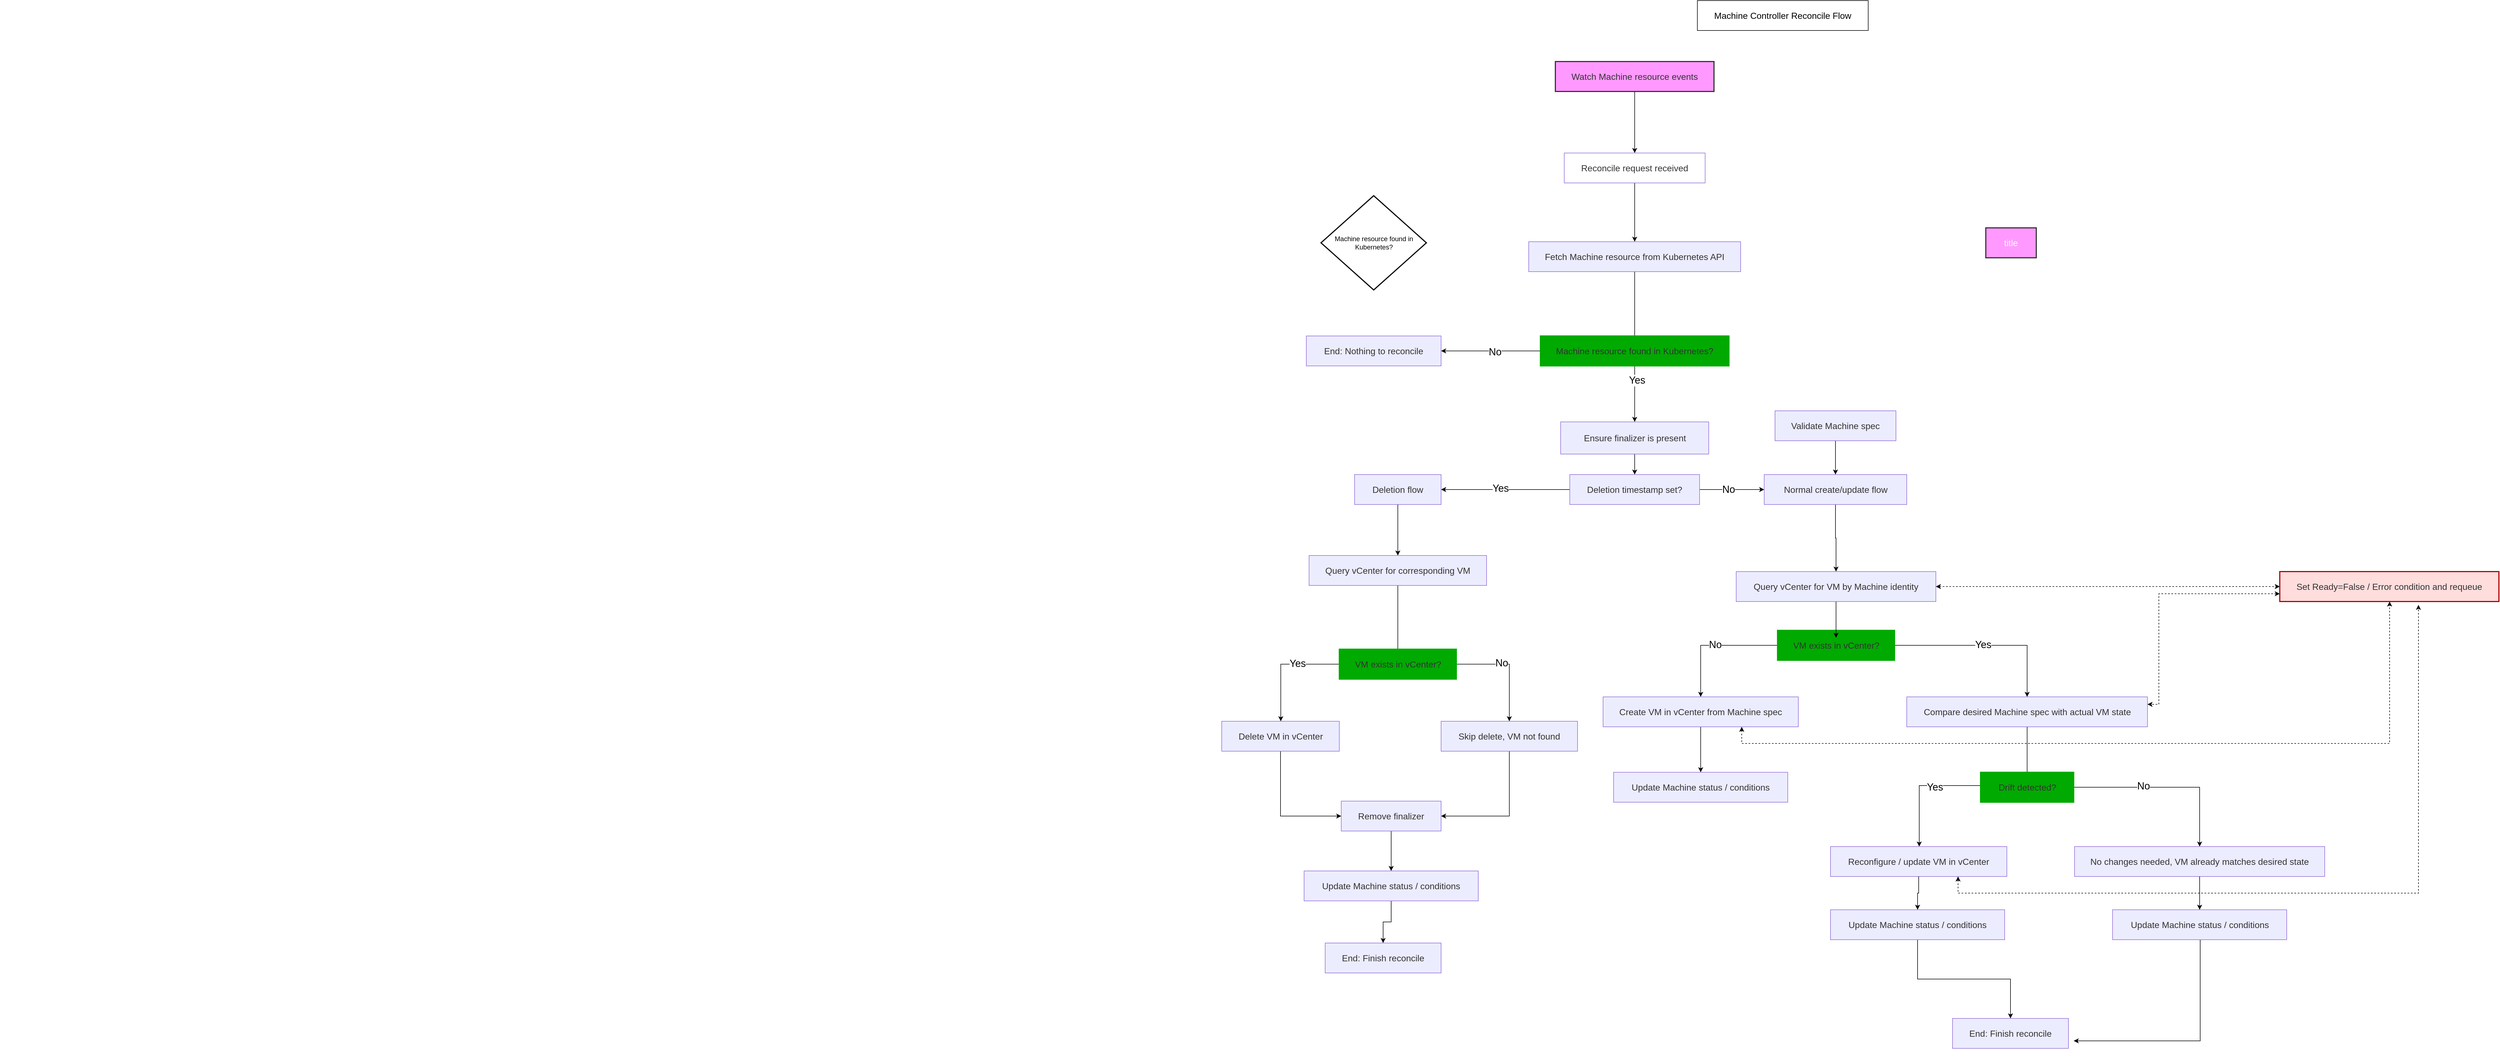
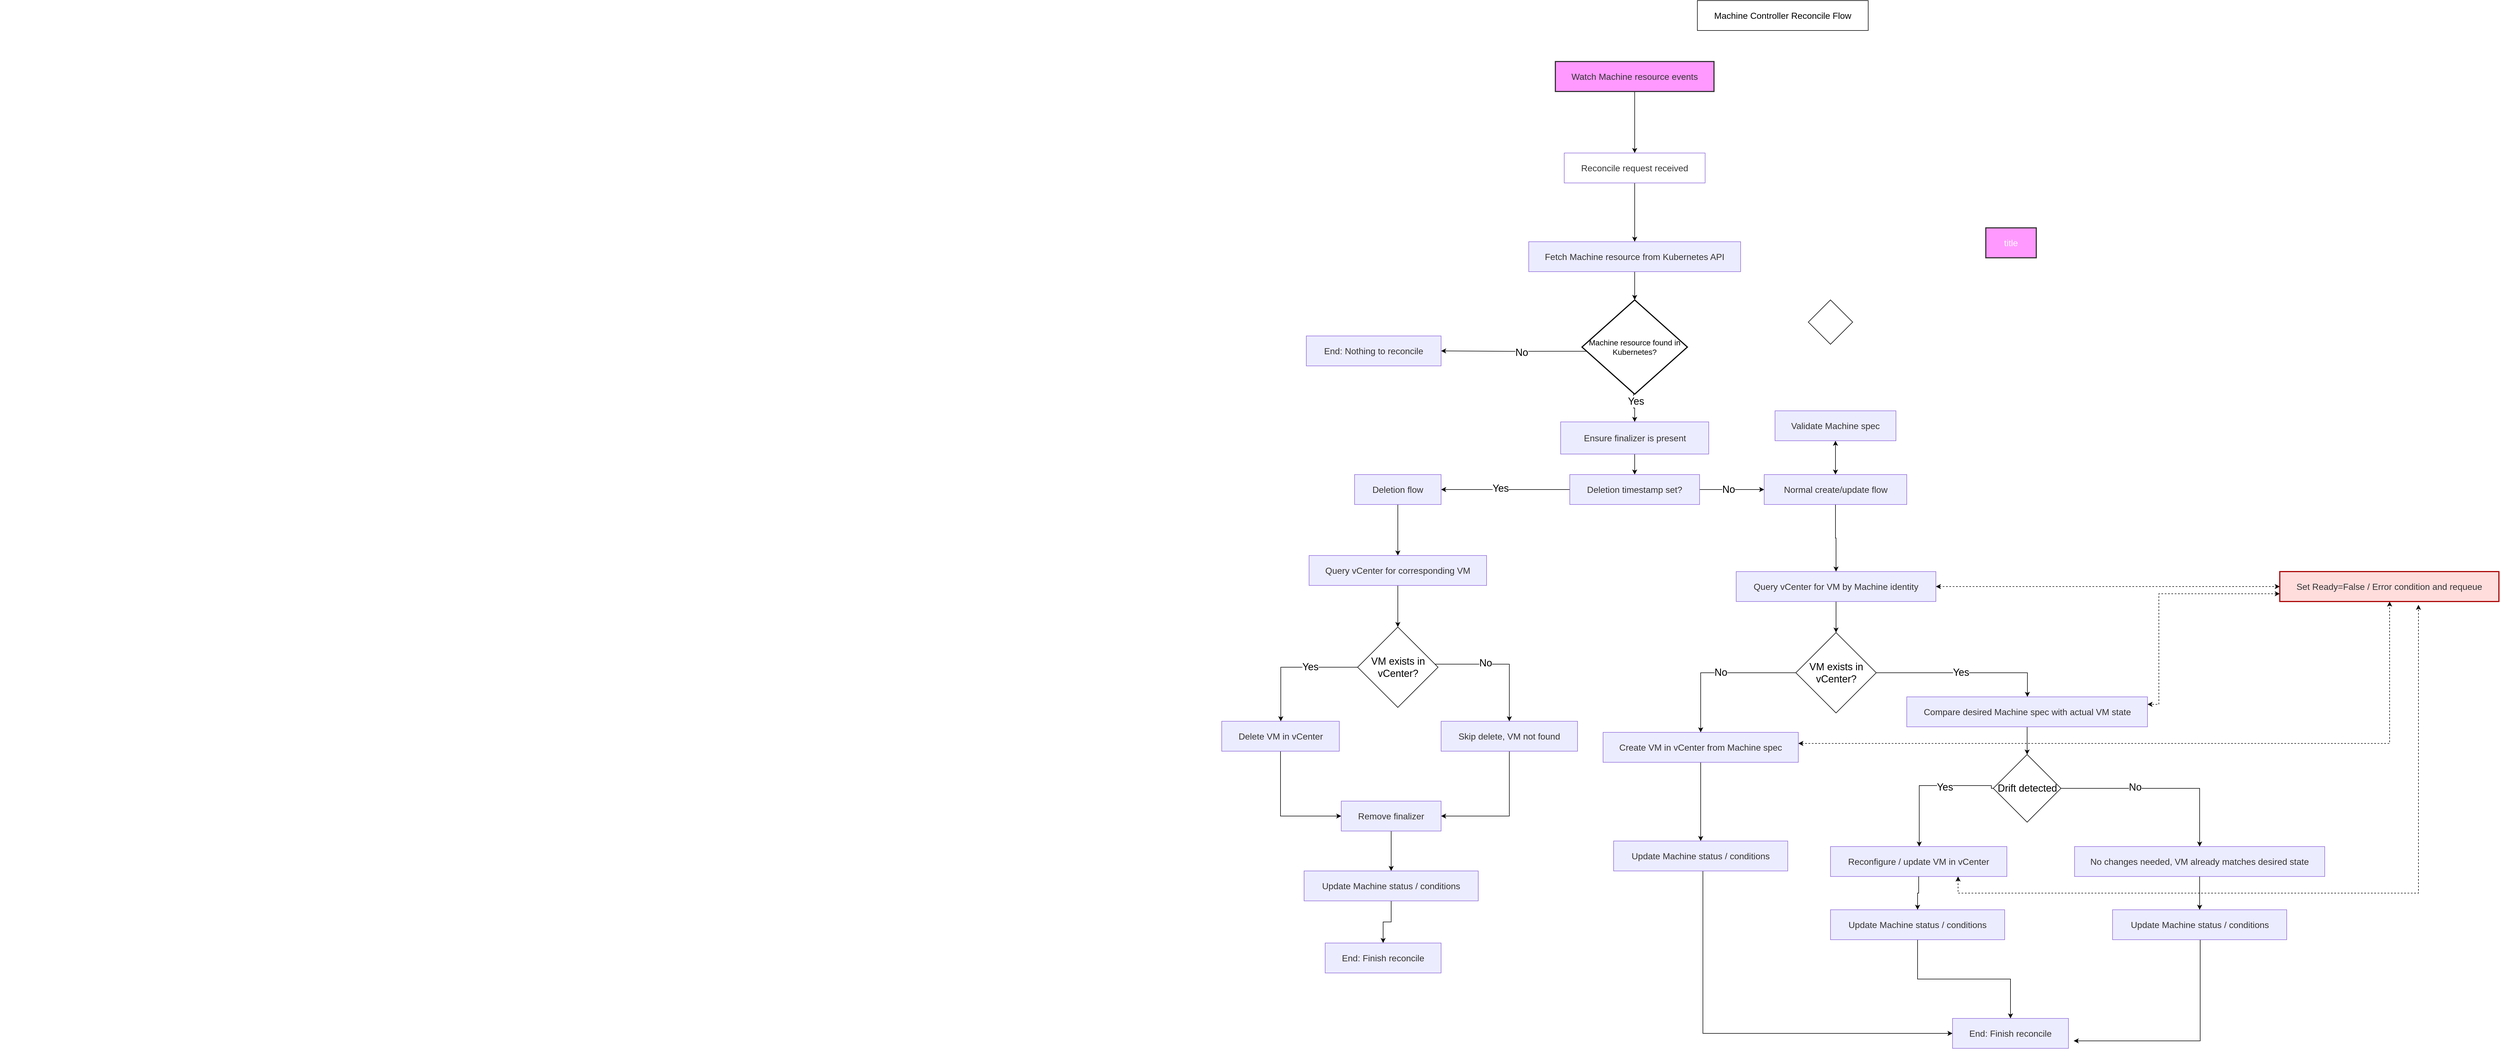
<mxfile host="app.diagrams.net">
  <diagram name="Page-1" id="WP2OnV7o5irwRzSvscoQ">
    <mxGraphModel dx="757" dy="3826" grid="1" gridSize="10" guides="1" tooltips="1" connect="1" arrows="1" fold="1" page="1" pageScale="1" pageWidth="850" pageHeight="1100" math="0" shadow="0">
      <root>
        <mxCell id="0" />
        <mxCell id="1" parent="0" />
        <UserObject label="" mermaidData="{&#xa;  &quot;data&quot;: &quot;graph LR\n    title \&quot;Machine Controller Reconcile Flow\&quot;\n    style title fill:#f9f,stroke:#333,stroke-width:2px,color:#fff\n    style node fill:#f9f,stroke:#333,stroke-width:2px\n    style decision fill:#f9f,stroke:#333,stroke-width:2px\n    style error fill:#fdd,stroke:#a00,stroke-width:2px\n    style start fill:#f9f,stroke:#333,stroke-width:2px\n    style end fill:#f9f,stroke:#333,stroke-width:2px\n\n    start[Watch Machine resource events]\n    start --&gt;|Yes| reconcile_request_received[Reconcile request received]\n    reconcile_request_received --&gt;|Yes| fetch_machine_resource[Fetch Machine resource from Kubernetes API]\n    fetch_machine_resource --&gt;|Yes| decision_machine_found[Machine resource found in Kubernetes?]\n    decision_machine_found --|No|-&gt; nothing_to_reconcile[End: Nothing to reconcile]\n    decision_machine_found --|Yes|-&gt; ensure_finalizer_present[Ensure finalizer is present]\n\n    ensure_finalizer_present --&gt;|Yes| decision_deletion_timestamp_set[Deletion timestamp set?]\n    decision_deletion_timestamp_set --|Yes|-&gt; deletion_flow[Deletion flow]\n    deletion_flow --&gt;|Yes| query_vcenter_vm[Query vCenter for corresponding VM]\n    query_vcenter_vm --&gt;|Yes| decision_vm_exists[VM exists in vCenter?]\n    decision_vm_exists --|Yes|-&gt; delete_vm[Delete VM in vCenter]\n    delete_vm --&gt;|Yes| remove_finalizer[Remove finalizer]\n    remove_finalizer --&gt;|Yes| update_machine_status[Update Machine status / conditions]\n    update_machine_status --&gt;|Yes| end_finish_reconcile[End: Finish reconcile]\n    delete_vm --|No|-&gt; skip_delete_vm_not_found[Skip delete, VM not found]\n    skip_delete_vm_not_found --&gt;|Yes| end_finish_reconcile\n\n    ensure_finalizer_present --|No|-&gt; normal_create_update_flow[Normal create/update flow]\n    normal_create_update_flow --&gt;|Yes| validate_machine_spec[Validate Machine spec]\n    validate_machine_spec --&gt;|Yes| query_vcenter_vm_by_machine_identity[Query vCenter for VM by Machine identity]\n    query_vcenter_vm_by_machine_identity --&gt;|Yes| decision_vm_exists\n    decision_vm_exists --|Yes|-&gt; create_vm[Create VM in vCenter from Machine spec]\n    create_vm --&gt;|Yes| update_machine_status\n    create_vm --|No|-&gt; compare_desired_machine_spec_with_actual_vm_state[Compare desired Machine spec with actual VM state]\n    compare_desired_machine_spec_with_actual_vm_state --&gt;|Yes| decision_drift_detected[Drift detected?]\n    decision_drift_detected --|Yes|-&gt; reconfigure_update_vm[Reconfigure / update VM in vCenter]\n    reconfigure_update_vm --&gt;|Yes| update_machine_status\n    reconfigure_update_vm --|No|-&gt; no_changes_needed_vm_already_matches_desired_state[No changes needed, VM already matches desired state]\n    no_changes_needed_vm_already_matches_desired_state --&gt;|Yes| update_machine_status\n    no_changes_needed_vm_already_matches_desired_state --|No|-&gt; end_finish_reconcile\n\n    error[Set Ready=False / Error condition and requeue]\n    query_vcenter_vm --&gt;|Yes|-&gt; error\n    delete_vm --&gt;|Yes|-&gt; error\n    create_vm --&gt;|Yes|-&gt; error\n    reconfigure_update_vm --&gt;|Yes|-&gt; error\n    error --&gt;|Yes|-&gt; reconcile_request_received\n\n    style decision_machine_found fill:#0a0,stroke:#0a0,stroke-width:2px\n    style decision_vm_exists fill:#0a0,stroke:#0a0,stroke-width:2px\n    style decision_drift_detected fill:#0a0,stroke:#0a0,stroke-width:2px&quot;,&#xa;  &quot;config&quot;: null&#xa;}" id="56">
          <mxCell connectable="0" parent="1" style="group;transparentBounds=1;editIcon=1;lockedGroup=0;groupPadding=20;snapToPoint=0;fixDash=0;backgroundOutline=1;" vertex="1">
            <mxGeometry height="620" width="4211" as="geometry" />
          </mxCell>
        </UserObject>
        <UserObject label="title" mermaidId="n:title" mermaidBaseStyle="html=1;whiteSpace=wrap;strokeWidth=2;fillColor=#f9f;strokeColor=#333;fontColor=#fff;fontFamily=Trebuchet MS,Verdana,Arial,sans-serif;fontSize=16;" mermaidBaseValue="title" id="2">
          <mxCell parent="56" style="html=1;whiteSpace=wrap;strokeWidth=2;fillColor=#f9f;strokeColor=#333;fontColor=#fff;fontFamily=Trebuchet MS,Verdana,Arial,sans-serif;fontSize=16;snapToPoint=0;fixDash=0;backgroundOutline=1;" vertex="1">
            <mxGeometry height="54" width="91" x="3580" y="-880" as="geometry" />
          </mxCell>
        </UserObject>
        <UserObject label="Machine Controller Reconcile Flow" mermaidId="n:Machine Controller Reconcile Flow" mermaidBaseStyle="html=1;whiteSpace=wrap;strokeWidth=1;fillColor=light-dark(#ECECFF,#1f2020);strokeColor=light-dark(#9370DB,#cccccc);fontColor=light-dark(#333333,#cccccc);fontFamily=Trebuchet MS,Verdana,Arial,sans-serif;fontSize=16;" mermaidBaseValue="Machine Controller Reconcile Flow" id="3">
          <mxCell parent="56" style="html=1;whiteSpace=wrap;strokeWidth=1;fontFamily=Trebuchet MS,Verdana,Arial,sans-serif;fontSize=16;snapToPoint=0;fixDash=0;backgroundOutline=1;gradientColor=none;fillStyle=solid;fillColor=default;" vertex="1">
            <mxGeometry height="54" width="308" x="3060" y="-1290" as="geometry" />
          </mxCell>
        </UserObject>
        <mxCell id="p-3naK_85DjVvBY4tQBO-59" edge="1" parent="56" source="4" style="edgeStyle=orthogonalEdgeStyle;rounded=0;orthogonalLoop=1;jettySize=auto;html=1;snapToPoint=0;fixDash=0;backgroundOutline=1;" target="5">
          <mxGeometry relative="1" as="geometry" />
        </mxCell>
        <UserObject label="Watch Machine resource events" mermaidId="n:start" mermaidBaseStyle="html=1;whiteSpace=wrap;strokeWidth=2;fillColor=#f9f;strokeColor=#333;fontColor=light-dark(#333333,#cccccc);fontFamily=Trebuchet MS,Verdana,Arial,sans-serif;fontSize=16;" mermaidBaseValue="Watch Machine resource events" id="4">
          <mxCell parent="56" style="html=1;whiteSpace=wrap;strokeWidth=2;fillColor=#f9f;strokeColor=#333;fontColor=light-dark(#333333,#cccccc);fontFamily=Trebuchet MS,Verdana,Arial,sans-serif;fontSize=16;snapToPoint=0;fixDash=0;backgroundOutline=1;" vertex="1">
            <mxGeometry height="54" width="286" x="2804" y="-1180" as="geometry" />
          </mxCell>
        </UserObject>
        <mxCell id="p-3naK_85DjVvBY4tQBO-61" edge="1" parent="56" source="5" style="edgeStyle=orthogonalEdgeStyle;rounded=0;orthogonalLoop=1;jettySize=auto;html=1;snapToPoint=0;fixDash=0;backgroundOutline=1;" target="6">
          <mxGeometry relative="1" as="geometry" />
        </mxCell>
        <UserObject label="Reconcile request received" mermaidId="n:reconcile_request_received" mermaidBaseStyle="html=1;whiteSpace=wrap;strokeWidth=1;fillColor=light-dark(#ECECFF,#1f2020);strokeColor=light-dark(#9370DB,#cccccc);fontColor=light-dark(#333333,#cccccc);fontFamily=Trebuchet MS,Verdana,Arial,sans-serif;fontSize=16;" mermaidBaseValue="Reconcile request received" id="5">
          <mxCell parent="56" style="html=1;whiteSpace=wrap;strokeWidth=1;fillColor=default;strokeColor=light-dark(#9370DB,#cccccc);fontColor=light-dark(#333333,#cccccc);fontFamily=Trebuchet MS,Verdana,Arial,sans-serif;fontSize=16;snapToPoint=0;fixDash=0;backgroundOutline=1;" vertex="1">
            <mxGeometry height="54" width="254" x="2820" y="-1015" as="geometry" />
          </mxCell>
        </UserObject>
-         <mxCell id="p-3naK_85DjVvBY4tQBO-62" edge="1" parent="56" source="6" style="edgeStyle=orthogonalEdgeStyle;rounded=0;orthogonalLoop=1;jettySize=auto;html=1;snapToPoint=0;fixDash=0;backgroundOutline=1;" target="7">
-           <mxGeometry relative="1" as="geometry" />
+         <mxCell id="p-3naK_85DjVvBY4tQBO-62" edge="1" parent="56" source="6" style="edgeStyle=orthogonalEdgeStyle;rounded=0;orthogonalLoop=1;jettySize=auto;html=1;snapToPoint=0;fixDash=0;backgroundOutline=1;" target="ynTgRFUCo-ga5DruUUtD-56">
+           <mxGeometry relative="1" as="geometry">
+             <mxPoint x="2947" y="-671.5000000000005" as="targetPoint" />
+           </mxGeometry>
        </mxCell>
        <UserObject label="Fetch Machine resource from Kubernetes API" mermaidId="n:fetch_machine_resource" mermaidBaseStyle="html=1;whiteSpace=wrap;strokeWidth=1;fillColor=light-dark(#ECECFF,#1f2020);strokeColor=light-dark(#9370DB,#cccccc);fontColor=light-dark(#333333,#cccccc);fontFamily=Trebuchet MS,Verdana,Arial,sans-serif;fontSize=16;" mermaidBaseValue="Fetch Machine resource from Kubernetes API" id="6">
          <mxCell parent="56" style="html=1;whiteSpace=wrap;strokeWidth=1;fillColor=light-dark(#ECECFF,#1f2020);strokeColor=light-dark(#9370DB,#cccccc);fontColor=light-dark(#333333,#cccccc);fontFamily=Trebuchet MS,Verdana,Arial,sans-serif;fontSize=16;snapToPoint=0;fixDash=0;backgroundOutline=1;" vertex="1">
            <mxGeometry height="54" width="382" x="2756" y="-855" as="geometry" />
          </mxCell>
        </UserObject>
-         <mxCell id="p-3naK_85DjVvBY4tQBO-64" edge="1" parent="56" source="7" style="edgeStyle=orthogonalEdgeStyle;rounded=0;orthogonalLoop=1;jettySize=auto;html=1;snapToPoint=0;fixDash=0;backgroundOutline=1;" target="8">
-           <mxGeometry relative="1" as="geometry" />
+         <mxCell id="p-3naK_85DjVvBY4tQBO-64" edge="1" parent="56" source="ynTgRFUCo-ga5DruUUtD-56" style="edgeStyle=orthogonalEdgeStyle;rounded=0;orthogonalLoop=1;jettySize=auto;html=1;snapToPoint=0;fixDash=0;backgroundOutline=1;exitX=0.076;exitY=0.545;exitDx=0;exitDy=0;exitPerimeter=0;" target="8">
+           <mxGeometry relative="1" as="geometry">
+             <mxPoint x="2777" y="-658" as="sourcePoint" />
+           </mxGeometry>
        </mxCell>
        <mxCell id="p-3naK_85DjVvBY4tQBO-104" connectable="0" parent="p-3naK_85DjVvBY4tQBO-64" style="edgeLabel;html=1;align=center;verticalAlign=middle;resizable=0;points=[];snapToPoint=0;fixDash=0;backgroundOutline=1;" value="&lt;font style=&quot;font-size: 18px;&quot;&gt;No&lt;/font&gt;" vertex="1">
          <mxGeometry relative="1" x="-0.079" y="2" as="geometry">
            <mxPoint as="offset" />
          </mxGeometry>
        </mxCell>
-         <mxCell id="p-3naK_85DjVvBY4tQBO-65" edge="1" parent="56" source="7" style="edgeStyle=orthogonalEdgeStyle;rounded=0;orthogonalLoop=1;jettySize=auto;html=1;snapToPoint=0;fixDash=0;backgroundOutline=1;" target="9">
-           <mxGeometry relative="1" as="geometry" />
+         <mxCell id="p-3naK_85DjVvBY4tQBO-65" edge="1" parent="56" source="ynTgRFUCo-ga5DruUUtD-56" style="edgeStyle=orthogonalEdgeStyle;rounded=0;orthogonalLoop=1;jettySize=auto;html=1;snapToPoint=0;fixDash=0;backgroundOutline=1;exitX=0.489;exitY=0.949;exitDx=0;exitDy=0;exitPerimeter=0;" target="9">
+           <mxGeometry relative="1" as="geometry">
+             <mxPoint x="2947" y="-644.4999999999995" as="sourcePoint" />
+           </mxGeometry>
        </mxCell>
        <mxCell id="p-3naK_85DjVvBY4tQBO-105" connectable="0" parent="p-3naK_85DjVvBY4tQBO-65" style="edgeLabel;html=1;align=center;verticalAlign=middle;resizable=0;points=[];snapToPoint=0;fixDash=0;backgroundOutline=1;" value="&lt;div&gt;&lt;font style=&quot;font-size: 18px;&quot;&gt;Yes&lt;/font&gt;&lt;/div&gt;" vertex="1">
          <mxGeometry relative="1" x="-0.3069" y="4" as="geometry">
            <mxPoint as="offset" />
          </mxGeometry>
        </mxCell>
-         <UserObject label="Machine resource found in Kubernetes?" mermaidId="n:decision_machine_found" mermaidBaseStyle="html=1;whiteSpace=wrap;strokeWidth=2;fillColor=#0a0;strokeColor=#0a0;fontColor=light-dark(#333333,#cccccc);fontFamily=Trebuchet MS,Verdana,Arial,sans-serif;fontSize=16;" mermaidBaseValue="Machine resource found in Kubernetes?" id="7">
-           <mxCell parent="56" style="html=1;whiteSpace=wrap;strokeWidth=2;fillColor=#0a0;strokeColor=#0a0;fontColor=light-dark(#333333,#cccccc);fontFamily=Trebuchet MS,Verdana,Arial,sans-serif;fontSize=16;snapToPoint=0;fixDash=0;backgroundOutline=1;perimeter=trianglePerimeter;imageAspect=1;" vertex="1">
-             <mxGeometry height="54" width="340" x="2777" y="-685" as="geometry" />
-           </mxCell>
-         </UserObject>
        <UserObject label="End: Nothing to reconcile" mermaidId="n:nothing_to_reconcile" mermaidBaseStyle="html=1;whiteSpace=wrap;strokeWidth=1;fillColor=light-dark(#ECECFF,#1f2020);strokeColor=light-dark(#9370DB,#cccccc);fontColor=light-dark(#333333,#cccccc);fontFamily=Trebuchet MS,Verdana,Arial,sans-serif;fontSize=16;" mermaidBaseValue="End: Nothing to reconcile" id="8">
          <mxCell parent="56" style="html=1;whiteSpace=wrap;strokeWidth=1;fillColor=light-dark(#ECECFF,#1f2020);strokeColor=light-dark(#9370DB,#cccccc);fontColor=light-dark(#333333,#cccccc);fontFamily=Trebuchet MS,Verdana,Arial,sans-serif;fontSize=16;snapToPoint=0;fixDash=0;backgroundOutline=1;" vertex="1">
            <mxGeometry height="54" width="243" x="2355" y="-685" as="geometry" />
          </mxCell>
        </UserObject>
        <mxCell id="p-3naK_85DjVvBY4tQBO-63" edge="1" parent="56" source="9" style="edgeStyle=orthogonalEdgeStyle;rounded=0;orthogonalLoop=1;jettySize=auto;html=1;snapToPoint=0;fixDash=0;backgroundOutline=1;" target="10">
          <mxGeometry relative="1" as="geometry" />
        </mxCell>
        <UserObject label="Ensure finalizer is present" mermaidId="n:ensure_finalizer_present" mermaidBaseStyle="html=1;whiteSpace=wrap;strokeWidth=1;fillColor=light-dark(#ECECFF,#1f2020);strokeColor=light-dark(#9370DB,#cccccc);fontColor=light-dark(#333333,#cccccc);fontFamily=Trebuchet MS,Verdana,Arial,sans-serif;fontSize=16;" mermaidBaseValue="Ensure finalizer is present" id="9">
          <mxCell parent="56" style="html=1;whiteSpace=wrap;strokeWidth=1;fillColor=light-dark(#ECECFF,#1f2020);strokeColor=light-dark(#9370DB,#cccccc);fontColor=light-dark(#333333,#cccccc);fontFamily=Trebuchet MS,Verdana,Arial,sans-serif;fontSize=16;snapToPoint=0;fixDash=0;backgroundOutline=1;" vertex="1">
            <mxGeometry height="58" width="267" x="2813.5" y="-530" as="geometry" />
          </mxCell>
        </UserObject>
        <mxCell id="p-3naK_85DjVvBY4tQBO-72" edge="1" parent="56" source="10" style="edgeStyle=orthogonalEdgeStyle;rounded=0;orthogonalLoop=1;jettySize=auto;html=1;snapToPoint=0;fixDash=0;backgroundOutline=1;" target="11">
          <mxGeometry relative="1" as="geometry" />
        </mxCell>
        <mxCell id="p-3naK_85DjVvBY4tQBO-106" connectable="0" parent="p-3naK_85DjVvBY4tQBO-72" style="edgeLabel;html=1;align=center;verticalAlign=middle;resizable=0;points=[];snapToPoint=0;fixDash=0;backgroundOutline=1;" value="&lt;div&gt;&lt;font style=&quot;font-size: 18px;&quot;&gt;Yes&lt;/font&gt;&lt;/div&gt;" vertex="1">
          <mxGeometry relative="1" x="0.0776" y="-2" as="geometry">
            <mxPoint as="offset" />
          </mxGeometry>
        </mxCell>
        <mxCell id="p-3naK_85DjVvBY4tQBO-74" edge="1" parent="56" source="10" style="edgeStyle=orthogonalEdgeStyle;rounded=0;orthogonalLoop=1;jettySize=auto;html=1;snapToPoint=0;fixDash=0;backgroundOutline=1;" target="19">
          <mxGeometry relative="1" as="geometry" />
        </mxCell>
        <mxCell id="p-3naK_85DjVvBY4tQBO-107" connectable="0" parent="p-3naK_85DjVvBY4tQBO-74" style="edgeLabel;html=1;align=center;verticalAlign=middle;resizable=0;points=[];snapToPoint=0;fixDash=0;backgroundOutline=1;" value="&lt;font style=&quot;font-size: 18px;&quot;&gt;No&lt;/font&gt;" vertex="1">
          <mxGeometry relative="1" x="-0.1073" as="geometry">
            <mxPoint as="offset" />
          </mxGeometry>
        </mxCell>
        <UserObject label="Deletion timestamp set?" mermaidId="n:decision_deletion_timestamp_set" mermaidBaseStyle="html=1;whiteSpace=wrap;strokeWidth=1;fillColor=light-dark(#ECECFF,#1f2020);strokeColor=light-dark(#9370DB,#cccccc);fontColor=light-dark(#333333,#cccccc);fontFamily=Trebuchet MS,Verdana,Arial,sans-serif;fontSize=16;" mermaidBaseValue="Deletion timestamp set?" id="10">
          <mxCell parent="56" style="html=1;whiteSpace=wrap;strokeWidth=1;fillColor=light-dark(#ECECFF,#1f2020);strokeColor=light-dark(#9370DB,#cccccc);fontColor=light-dark(#333333,#cccccc);fontFamily=Trebuchet MS,Verdana,Arial,sans-serif;fontSize=16;snapToPoint=0;fixDash=0;backgroundOutline=1;" vertex="1">
            <mxGeometry height="54" width="234" x="2830" y="-435" as="geometry" />
          </mxCell>
        </UserObject>
        <mxCell id="p-3naK_85DjVvBY4tQBO-73" edge="1" parent="56" source="11" style="edgeStyle=orthogonalEdgeStyle;rounded=0;orthogonalLoop=1;jettySize=auto;html=1;snapToPoint=0;fixDash=0;backgroundOutline=1;" target="12">
          <mxGeometry relative="1" as="geometry" />
        </mxCell>
        <UserObject label="Deletion flow" mermaidId="n:deletion_flow" mermaidBaseStyle="html=1;whiteSpace=wrap;strokeWidth=1;fillColor=light-dark(#ECECFF,#1f2020);strokeColor=light-dark(#9370DB,#cccccc);fontColor=light-dark(#333333,#cccccc);fontFamily=Trebuchet MS,Verdana,Arial,sans-serif;fontSize=16;" mermaidBaseValue="Deletion flow" id="11">
          <mxCell parent="56" style="html=1;whiteSpace=wrap;strokeWidth=1;fillColor=light-dark(#ECECFF,#1f2020);strokeColor=light-dark(#9370DB,#cccccc);fontColor=light-dark(#333333,#cccccc);fontFamily=Trebuchet MS,Verdana,Arial,sans-serif;fontSize=16;snapToPoint=0;fixDash=0;backgroundOutline=1;" vertex="1">
            <mxGeometry height="54" width="156" x="2442" y="-435" as="geometry" />
          </mxCell>
        </UserObject>
-         <mxCell id="p-3naK_85DjVvBY4tQBO-79" edge="1" parent="56" source="12" style="edgeStyle=orthogonalEdgeStyle;rounded=0;orthogonalLoop=1;jettySize=auto;html=1;snapToPoint=0;fixDash=0;backgroundOutline=1;" target="p-3naK_85DjVvBY4tQBO-78">
-           <mxGeometry relative="1" as="geometry" />
+         <mxCell id="p-3naK_85DjVvBY4tQBO-79" edge="1" parent="56" source="12" style="edgeStyle=orthogonalEdgeStyle;rounded=0;orthogonalLoop=1;jettySize=auto;html=1;snapToPoint=0;fixDash=0;backgroundOutline=1;entryX=0.5;entryY=0;entryDx=0;entryDy=0;" target="ynTgRFUCo-ga5DruUUtD-58">
+           <mxGeometry relative="1" as="geometry">
+             <mxPoint x="2519.9999999999995" y="-106.50000000000045" as="targetPoint" />
+           </mxGeometry>
        </mxCell>
        <UserObject label="Query vCenter for corresponding VM" mermaidId="n:query_vcenter_vm" mermaidBaseStyle="html=1;whiteSpace=wrap;strokeWidth=1;fillColor=light-dark(#ECECFF,#1f2020);strokeColor=light-dark(#9370DB,#cccccc);fontColor=light-dark(#333333,#cccccc);fontFamily=Trebuchet MS,Verdana,Arial,sans-serif;fontSize=16;" mermaidBaseValue="Query vCenter for corresponding VM" id="12">
          <mxCell parent="56" style="html=1;whiteSpace=wrap;strokeWidth=1;fillColor=light-dark(#ECECFF,#1f2020);strokeColor=light-dark(#9370DB,#cccccc);fontColor=light-dark(#333333,#cccccc);fontFamily=Trebuchet MS,Verdana,Arial,sans-serif;fontSize=16;snapToPoint=0;fixDash=0;backgroundOutline=1;" vertex="1">
            <mxGeometry height="54" width="320" x="2360" y="-289" as="geometry" />
          </mxCell>
        </UserObject>
        <mxCell id="p-3naK_85DjVvBY4tQBO-82" edge="1" parent="56" source="14" style="edgeStyle=orthogonalEdgeStyle;rounded=0;orthogonalLoop=1;jettySize=auto;html=1;entryX=0;entryY=0.5;entryDx=0;entryDy=0;snapToPoint=0;fixDash=0;backgroundOutline=1;" target="15">
          <mxGeometry relative="1" as="geometry">
            <Array as="points">
              <mxPoint x="2309" y="181" />
            </Array>
          </mxGeometry>
        </mxCell>
        <UserObject label="Delete VM in vCenter" mermaidId="n:delete_vm" mermaidBaseStyle="html=1;whiteSpace=wrap;strokeWidth=1;fillColor=light-dark(#ECECFF,#1f2020);strokeColor=light-dark(#9370DB,#cccccc);fontColor=light-dark(#333333,#cccccc);fontFamily=Trebuchet MS,Verdana,Arial,sans-serif;fontSize=16;" mermaidBaseValue="Delete VM in vCenter" id="14">
          <mxCell parent="56" style="html=1;whiteSpace=wrap;strokeWidth=1;fillColor=light-dark(#ECECFF,#1f2020);strokeColor=light-dark(#9370DB,#cccccc);fontColor=light-dark(#333333,#cccccc);fontFamily=Trebuchet MS,Verdana,Arial,sans-serif;fontSize=16;snapToPoint=0;fixDash=0;backgroundOutline=1;" vertex="1">
            <mxGeometry height="54" width="212" x="2202.5" y="10" as="geometry" />
          </mxCell>
        </UserObject>
        <mxCell id="p-3naK_85DjVvBY4tQBO-84" edge="1" parent="56" source="15" style="edgeStyle=orthogonalEdgeStyle;rounded=0;orthogonalLoop=1;jettySize=auto;html=1;snapToPoint=0;fixDash=0;backgroundOutline=1;" target="16">
          <mxGeometry relative="1" as="geometry" />
        </mxCell>
        <UserObject label="Remove finalizer" mermaidId="n:remove_finalizer" mermaidBaseStyle="html=1;whiteSpace=wrap;strokeWidth=1;fillColor=light-dark(#ECECFF,#1f2020);strokeColor=light-dark(#9370DB,#cccccc);fontColor=light-dark(#333333,#cccccc);fontFamily=Trebuchet MS,Verdana,Arial,sans-serif;fontSize=16;" mermaidBaseValue="Remove finalizer" id="15">
          <mxCell parent="56" style="html=1;whiteSpace=wrap;strokeWidth=1;fillColor=light-dark(#ECECFF,#1f2020);strokeColor=light-dark(#9370DB,#cccccc);fontColor=light-dark(#333333,#cccccc);fontFamily=Trebuchet MS,Verdana,Arial,sans-serif;fontSize=16;snapToPoint=0;fixDash=0;backgroundOutline=1;" vertex="1">
            <mxGeometry height="54" width="180" x="2418" y="154" as="geometry" />
          </mxCell>
        </UserObject>
        <mxCell id="p-3naK_85DjVvBY4tQBO-86" edge="1" parent="56" source="16" style="edgeStyle=orthogonalEdgeStyle;rounded=0;orthogonalLoop=1;jettySize=auto;html=1;snapToPoint=0;fixDash=0;backgroundOutline=1;" target="17">
          <mxGeometry relative="1" as="geometry" />
        </mxCell>
        <UserObject label="Update Machine status / conditions" mermaidId="n:update_machine_status" mermaidBaseStyle="html=1;whiteSpace=wrap;strokeWidth=1;fillColor=light-dark(#ECECFF,#1f2020);strokeColor=light-dark(#9370DB,#cccccc);fontColor=light-dark(#333333,#cccccc);fontFamily=Trebuchet MS,Verdana,Arial,sans-serif;fontSize=16;" mermaidBaseValue="Update Machine status / conditions" id="16">
          <mxCell parent="56" style="html=1;whiteSpace=wrap;strokeWidth=1;fillColor=light-dark(#ECECFF,#1f2020);strokeColor=light-dark(#9370DB,#cccccc);fontColor=light-dark(#333333,#cccccc);fontFamily=Trebuchet MS,Verdana,Arial,sans-serif;fontSize=16;snapToPoint=0;fixDash=0;backgroundOutline=1;" vertex="1">
            <mxGeometry height="54" width="314" x="2351" y="280" as="geometry" />
          </mxCell>
        </UserObject>
        <UserObject label="End: Finish reconcile" mermaidId="n:end_finish_reconcile" mermaidBaseStyle="html=1;whiteSpace=wrap;strokeWidth=1;fillColor=light-dark(#ECECFF,#1f2020);strokeColor=light-dark(#9370DB,#cccccc);fontColor=light-dark(#333333,#cccccc);fontFamily=Trebuchet MS,Verdana,Arial,sans-serif;fontSize=16;" mermaidBaseValue="End: Finish reconcile" id="17">
          <mxCell parent="56" style="html=1;whiteSpace=wrap;strokeWidth=1;fillColor=light-dark(#ECECFF,#1f2020);strokeColor=light-dark(#9370DB,#cccccc);fontColor=light-dark(#333333,#cccccc);fontFamily=Trebuchet MS,Verdana,Arial,sans-serif;fontSize=16;snapToPoint=0;fixDash=0;backgroundOutline=1;" vertex="1">
            <mxGeometry height="54" width="209" x="2389" y="410" as="geometry" />
          </mxCell>
        </UserObject>
        <mxCell id="p-3naK_85DjVvBY4tQBO-83" edge="1" parent="56" source="18" style="edgeStyle=orthogonalEdgeStyle;rounded=0;orthogonalLoop=1;jettySize=auto;html=1;entryX=1;entryY=0.5;entryDx=0;entryDy=0;snapToPoint=0;fixDash=0;backgroundOutline=1;" target="15">
          <mxGeometry relative="1" as="geometry" />
        </mxCell>
        <UserObject label="Skip delete, VM not found" mermaidId="n:skip_delete_vm_not_found" mermaidBaseStyle="html=1;whiteSpace=wrap;strokeWidth=1;fillColor=light-dark(#ECECFF,#1f2020);strokeColor=light-dark(#9370DB,#cccccc);fontColor=light-dark(#333333,#cccccc);fontFamily=Trebuchet MS,Verdana,Arial,sans-serif;fontSize=16;" mermaidBaseValue="Skip delete, VM not found" id="18">
          <mxCell parent="56" style="html=1;whiteSpace=wrap;strokeWidth=1;fillColor=light-dark(#ECECFF,#1f2020);strokeColor=light-dark(#9370DB,#cccccc);fontColor=light-dark(#333333,#cccccc);fontFamily=Trebuchet MS,Verdana,Arial,sans-serif;fontSize=16;snapToPoint=0;fixDash=0;backgroundOutline=1;" vertex="1">
            <mxGeometry height="54" width="246" x="2598" y="10" as="geometry" />
          </mxCell>
        </UserObject>
        <mxCell id="p-3naK_85DjVvBY4tQBO-112" edge="1" parent="56" source="19" style="edgeStyle=orthogonalEdgeStyle;rounded=0;orthogonalLoop=1;jettySize=auto;html=1;snapToPoint=0;fixDash=0;backgroundOutline=1;" target="21">
          <mxGeometry relative="1" as="geometry" />
        </mxCell>
        <UserObject label="Normal create/update flow" mermaidId="n:normal_create_update_flow" mermaidBaseStyle="html=1;whiteSpace=wrap;strokeWidth=1;fillColor=light-dark(#ECECFF,#1f2020);strokeColor=light-dark(#9370DB,#cccccc);fontColor=light-dark(#333333,#cccccc);fontFamily=Trebuchet MS,Verdana,Arial,sans-serif;fontSize=16;" mermaidBaseValue="Normal create/update flow" id="19">
          <mxCell parent="56" style="html=1;whiteSpace=wrap;strokeWidth=1;fillColor=light-dark(#ECECFF,#1f2020);strokeColor=light-dark(#9370DB,#cccccc);fontColor=light-dark(#333333,#cccccc);fontFamily=Trebuchet MS,Verdana,Arial,sans-serif;fontSize=16;snapToPoint=0;fixDash=0;backgroundOutline=1;" vertex="1">
            <mxGeometry height="54" width="257" x="3180.5" y="-435" as="geometry" />
          </mxCell>
        </UserObject>
-         <mxCell id="p-3naK_85DjVvBY4tQBO-80" edge="1" parent="56" source="p-3naK_85DjVvBY4tQBO-78" style="edgeStyle=orthogonalEdgeStyle;rounded=0;orthogonalLoop=1;jettySize=auto;html=1;snapToPoint=0;fixDash=0;backgroundOutline=1;" target="14">
-           <mxGeometry relative="1" as="geometry">
-             <Array as="points">
-               <mxPoint x="2309" y="-93" />
-             </Array>
+         <mxCell id="p-3naK_85DjVvBY4tQBO-80" edge="1" parent="56" source="ynTgRFUCo-ga5DruUUtD-58" style="edgeStyle=orthogonalEdgeStyle;rounded=0;orthogonalLoop=1;jettySize=auto;html=1;snapToPoint=0;fixDash=0;backgroundOutline=1;exitX=0;exitY=0.5;exitDx=0;exitDy=0;" target="14">
+           <mxGeometry relative="1" as="geometry">
+             <Array as="points">
+               <mxPoint x="2309" y="-87" />
+             </Array>
+             <mxPoint x="2414.5" y="-93" as="sourcePoint" />
          </mxGeometry>
        </mxCell>
        <mxCell id="p-3naK_85DjVvBY4tQBO-108" connectable="0" parent="p-3naK_85DjVvBY4tQBO-80" style="edgeLabel;html=1;align=center;verticalAlign=middle;resizable=0;points=[];snapToPoint=0;fixDash=0;backgroundOutline=1;" value="&lt;font style=&quot;font-size: 18px;&quot;&gt;Yes&lt;/font&gt;" vertex="1">
          <mxGeometry relative="1" x="-0.2758" y="-1" as="geometry">
            <mxPoint as="offset" />
          </mxGeometry>
        </mxCell>
-         <mxCell id="p-3naK_85DjVvBY4tQBO-81" edge="1" parent="56" source="p-3naK_85DjVvBY4tQBO-78" style="edgeStyle=orthogonalEdgeStyle;rounded=0;orthogonalLoop=1;jettySize=auto;html=1;snapToPoint=0;fixDash=0;backgroundOutline=1;" target="18">
-           <mxGeometry relative="1" as="geometry">
-             <Array as="points">
+         <mxCell id="p-3naK_85DjVvBY4tQBO-81" edge="1" parent="56" source="ynTgRFUCo-ga5DruUUtD-58" style="edgeStyle=orthogonalEdgeStyle;rounded=0;orthogonalLoop=1;jettySize=auto;html=1;snapToPoint=0;fixDash=0;backgroundOutline=1;exitX=1;exitY=0.5;exitDx=0;exitDy=0;" target="18">
+           <mxGeometry relative="1" as="geometry">
+             <Array as="points">
+               <mxPoint x="2587" y="-93" />
              <mxPoint x="2721" y="-93" />
            </Array>
+             <mxPoint x="2625.4999999999995" y="-93" as="sourcePoint" />
          </mxGeometry>
        </mxCell>
        <mxCell id="p-3naK_85DjVvBY4tQBO-109" connectable="0" parent="p-3naK_85DjVvBY4tQBO-81" style="edgeLabel;html=1;align=center;verticalAlign=middle;resizable=0;points=[];snapToPoint=0;fixDash=0;backgroundOutline=1;" value="&lt;font style=&quot;font-size: 18px;&quot;&gt;No&lt;/font&gt;" vertex="1">
          <mxGeometry relative="1" x="-0.1788" y="2" as="geometry">
            <mxPoint as="offset" />
          </mxGeometry>
        </mxCell>
-         <UserObject label="VM exists in vCenter?" mermaidId="n:decision_vm_exists" mermaidBaseStyle="html=1;whiteSpace=wrap;strokeWidth=2;fillColor=#0a0;strokeColor=#0a0;fontColor=light-dark(#333333,#cccccc);fontFamily=Trebuchet MS,Verdana,Arial,sans-serif;fontSize=16;" mermaidBaseValue="VM exists in vCenter?" id="p-3naK_85DjVvBY4tQBO-78">
-           <mxCell parent="56" style="html=1;whiteSpace=wrap;strokeWidth=2;fillColor=#0a0;strokeColor=#0a0;fontColor=light-dark(#333333,#cccccc);fontFamily=Trebuchet MS,Verdana,Arial,sans-serif;fontSize=16;snapToPoint=0;fixDash=0;backgroundOutline=1;perimeter=trianglePerimeter;" vertex="1">
-             <mxGeometry height="54" width="211" x="2414.5" y="-120" as="geometry" />
-           </mxCell>
-         </UserObject>
-         <mxCell id="p-3naK_85DjVvBY4tQBO-111" edge="1" parent="56" source="p-3naK_85DjVvBY4tQBO-110" style="edgeStyle=orthogonalEdgeStyle;rounded=0;orthogonalLoop=1;jettySize=auto;html=1;snapToPoint=0;fixDash=0;backgroundOutline=1;" target="19">
+         <mxCell id="p-3naK_85DjVvBY4tQBO-111" edge="1" parent="56" source="p-3naK_85DjVvBY4tQBO-110" style="edgeStyle=orthogonalEdgeStyle;rounded=0;orthogonalLoop=1;jettySize=auto;html=1;snapToPoint=0;fixDash=0;backgroundOutline=1;startArrow=classic;startFill=1;" target="19">
          <mxGeometry relative="1" as="geometry" />
        </mxCell>
        <UserObject label="Validate Machine spec" mermaidId="n:validate_machine_spec" mermaidBaseStyle="html=1;whiteSpace=wrap;strokeWidth=1;fillColor=light-dark(#ECECFF,#1f2020);strokeColor=light-dark(#9370DB,#cccccc);fontColor=light-dark(#333333,#cccccc);fontFamily=Trebuchet MS,Verdana,Arial,sans-serif;fontSize=16;" mermaidBaseValue="Validate Machine spec" id="p-3naK_85DjVvBY4tQBO-110">
          <mxCell parent="56" style="html=1;whiteSpace=wrap;strokeWidth=1;fillColor=light-dark(#ECECFF,#1f2020);strokeColor=light-dark(#9370DB,#cccccc);fontColor=light-dark(#333333,#cccccc);fontFamily=Trebuchet MS,Verdana,Arial,sans-serif;fontSize=16;snapToPoint=0;fixDash=0;backgroundOutline=1;" vertex="1">
            <mxGeometry height="54" width="218" x="3200" y="-550" as="geometry" />
          </mxCell>
        </UserObject>
-         <mxCell id="p-3naK_85DjVvBY4tQBO-88" edge="1" parent="56" source="13" style="edgeStyle=orthogonalEdgeStyle;rounded=0;orthogonalLoop=1;jettySize=auto;html=1;snapToPoint=0;fixDash=0;backgroundOutline=1;" target="22">
-           <mxGeometry relative="1" as="geometry">
-             <Array as="points">
-               <mxPoint x="3066" y="-127" />
-             </Array>
+         <mxCell id="p-3naK_85DjVvBY4tQBO-88" edge="1" parent="56" source="ynTgRFUCo-ga5DruUUtD-57" style="edgeStyle=orthogonalEdgeStyle;rounded=0;orthogonalLoop=1;jettySize=auto;html=1;snapToPoint=0;fixDash=0;backgroundOutline=1;exitX=0;exitY=0.5;exitDx=0;exitDy=0;" target="22">
+           <mxGeometry relative="1" as="geometry">
+             <Array as="points">
+               <mxPoint x="3066" y="-77" />
+             </Array>
+             <mxPoint x="3204.5" y="-126.99999999999955" as="sourcePoint" />
          </mxGeometry>
        </mxCell>
        <mxCell id="p-3naK_85DjVvBY4tQBO-113" connectable="0" parent="p-3naK_85DjVvBY4tQBO-88" style="edgeLabel;html=1;align=center;verticalAlign=middle;resizable=0;points=[];snapToPoint=0;fixDash=0;backgroundOutline=1;" value="&lt;font style=&quot;font-size: 18px;&quot;&gt;No&lt;/font&gt;" vertex="1">
          <mxGeometry relative="1" x="-0.0281" y="-1" as="geometry">
            <mxPoint as="offset" />
          </mxGeometry>
        </mxCell>
-         <mxCell id="p-3naK_85DjVvBY4tQBO-91" edge="1" parent="56" source="13" style="edgeStyle=orthogonalEdgeStyle;rounded=0;orthogonalLoop=1;jettySize=auto;html=1;snapToPoint=0;fixDash=0;backgroundOutline=1;" target="23">
-           <mxGeometry relative="1" as="geometry" />
+         <mxCell id="p-3naK_85DjVvBY4tQBO-91" edge="1" parent="56" source="ynTgRFUCo-ga5DruUUtD-57" style="edgeStyle=orthogonalEdgeStyle;rounded=0;orthogonalLoop=1;jettySize=auto;html=1;snapToPoint=0;fixDash=0;backgroundOutline=1;exitX=1;exitY=0.5;exitDx=0;exitDy=0;" target="23">
+           <mxGeometry relative="1" as="geometry">
+             <Array as="points">
+               <mxPoint x="3655" y="-77" />
+             </Array>
+             <mxPoint x="3415.4999999999945" y="-126.99999999999955" as="sourcePoint" />
+           </mxGeometry>
        </mxCell>
        <mxCell id="p-3naK_85DjVvBY4tQBO-114" connectable="0" parent="p-3naK_85DjVvBY4tQBO-91" style="edgeLabel;html=1;align=center;verticalAlign=middle;resizable=0;points=[];snapToPoint=0;fixDash=0;backgroundOutline=1;" value="&lt;font style=&quot;font-size: 18px;&quot;&gt;Yes&lt;/font&gt;" vertex="1">
          <mxGeometry relative="1" x="-0.0452" y="1" as="geometry">
            <mxPoint x="1" as="offset" />
          </mxGeometry>
        </mxCell>
-         <UserObject label="VM exists in vCenter?" mermaidId="n:decision_vm_exists" mermaidBaseStyle="html=1;whiteSpace=wrap;strokeWidth=2;fillColor=#0a0;strokeColor=#0a0;fontColor=light-dark(#333333,#cccccc);fontFamily=Trebuchet MS,Verdana,Arial,sans-serif;fontSize=16;" mermaidBaseValue="VM exists in vCenter?" id="13">
-           <mxCell parent="56" style="html=1;whiteSpace=wrap;strokeWidth=2;fillColor=#0a0;strokeColor=#0a0;fontColor=light-dark(#333333,#cccccc);fontFamily=Trebuchet MS,Verdana,Arial,sans-serif;fontSize=16;snapToPoint=0;fixDash=0;backgroundOutline=1;perimeter=trianglePerimeter;" vertex="1">
-             <mxGeometry height="54" width="211" x="3204.5" y="-154" as="geometry" />
-           </mxCell>
-         </UserObject>
-         <mxCell id="p-3naK_85DjVvBY4tQBO-85" edge="1" parent="56" source="21" style="edgeStyle=orthogonalEdgeStyle;rounded=0;orthogonalLoop=1;jettySize=auto;html=1;snapToPoint=0;fixDash=0;backgroundOutline=1;" target="13">
-           <mxGeometry relative="1" as="geometry" />
+         <mxCell id="p-3naK_85DjVvBY4tQBO-85" edge="1" parent="56" source="21" style="edgeStyle=orthogonalEdgeStyle;rounded=0;orthogonalLoop=1;jettySize=auto;html=1;snapToPoint=0;fixDash=0;backgroundOutline=1;entryX=0.5;entryY=0;entryDx=0;entryDy=0;" target="ynTgRFUCo-ga5DruUUtD-57">
+           <mxGeometry relative="1" as="geometry">
+             <mxPoint x="3309.9999999999995" y="-140.50000000000045" as="targetPoint" />
+           </mxGeometry>
        </mxCell>
        <mxCell id="p-3naK_85DjVvBY4tQBO-87" edge="1" parent="56" source="21" style="edgeStyle=orthogonalEdgeStyle;rounded=0;orthogonalLoop=1;jettySize=auto;html=1;strokeColor=default;startArrow=classic;startFill=1;fillColor=#f9f7ed;dashed=1;snapToPoint=0;fixDash=0;backgroundOutline=1;" target="27">
          <mxGeometry relative="1" as="geometry" />
        </mxCell>
        <UserObject label="Query vCenter for VM by Machine identity" mermaidId="n:query_vcenter_vm_by_machine_identity" mermaidBaseStyle="html=1;whiteSpace=wrap;strokeWidth=1;fillColor=light-dark(#ECECFF,#1f2020);strokeColor=light-dark(#9370DB,#cccccc);fontColor=light-dark(#333333,#cccccc);fontFamily=Trebuchet MS,Verdana,Arial,sans-serif;fontSize=16;" mermaidBaseValue="Query vCenter for VM by Machine identity" id="21">
          <mxCell parent="56" style="html=1;whiteSpace=wrap;strokeWidth=1;fillColor=light-dark(#ECECFF,#1f2020);strokeColor=light-dark(#9370DB,#cccccc);fontColor=light-dark(#333333,#cccccc);fontFamily=Trebuchet MS,Verdana,Arial,sans-serif;fontSize=16;snapToPoint=0;fixDash=0;backgroundOutline=1;" vertex="1">
            <mxGeometry height="54" width="360" x="3130" y="-260" as="geometry" />
          </mxCell>
        </UserObject>
        <mxCell id="p-3naK_85DjVvBY4tQBO-90" edge="1" parent="56" source="22" style="edgeStyle=orthogonalEdgeStyle;rounded=0;orthogonalLoop=1;jettySize=auto;html=1;snapToPoint=0;fixDash=0;backgroundOutline=1;" target="p-3naK_85DjVvBY4tQBO-89">
          <mxGeometry relative="1" as="geometry" />
        </mxCell>
        <mxCell id="p-3naK_85DjVvBY4tQBO-117" edge="1" parent="56" source="22" style="edgeStyle=orthogonalEdgeStyle;rounded=0;orthogonalLoop=1;jettySize=auto;html=1;strokeColor=default;dashed=1;startArrow=classic;startFill=1;snapToPoint=0;fixDash=0;backgroundOutline=1;" target="27">
          <mxGeometry relative="1" as="geometry">
            <Array as="points">
              <mxPoint x="3140" y="50" />
              <mxPoint x="4308" y="50" />
            </Array>
          </mxGeometry>
        </mxCell>
        <UserObject label="Create VM in vCenter from Machine spec" mermaidId="n:create_vm" mermaidBaseStyle="html=1;whiteSpace=wrap;strokeWidth=1;fillColor=light-dark(#ECECFF,#1f2020);strokeColor=light-dark(#9370DB,#cccccc);fontColor=light-dark(#333333,#cccccc);fontFamily=Trebuchet MS,Verdana,Arial,sans-serif;fontSize=16;" mermaidBaseValue="Create VM in vCenter from Machine spec" id="22">
          <mxCell parent="56" style="html=1;whiteSpace=wrap;strokeWidth=1;fillColor=light-dark(#ECECFF,#1f2020);strokeColor=light-dark(#9370DB,#cccccc);fontColor=light-dark(#333333,#cccccc);fontFamily=Trebuchet MS,Verdana,Arial,sans-serif;fontSize=16;snapToPoint=0;fixDash=0;backgroundOutline=1;" vertex="1">
-             <mxGeometry height="54" width="352" x="2890" y="-34" as="geometry" />
-           </mxCell>
-         </UserObject>
-         <mxCell id="p-3naK_85DjVvBY4tQBO-93" edge="1" parent="56" source="23" style="edgeStyle=orthogonalEdgeStyle;rounded=0;orthogonalLoop=1;jettySize=auto;html=1;snapToPoint=0;fixDash=0;backgroundOutline=1;" target="24">
-           <mxGeometry relative="1" as="geometry" />
+             <mxGeometry height="54" width="352" x="2890" y="30" as="geometry" />
+           </mxCell>
+         </UserObject>
+         <mxCell id="p-3naK_85DjVvBY4tQBO-93" edge="1" parent="56" source="23" style="edgeStyle=orthogonalEdgeStyle;rounded=0;orthogonalLoop=1;jettySize=auto;html=1;snapToPoint=0;fixDash=0;backgroundOutline=1;" target="ynTgRFUCo-ga5DruUUtD-60">
+           <mxGeometry relative="1" as="geometry">
+             <mxPoint x="3654.5" y="115.5" as="targetPoint" />
+           </mxGeometry>
        </mxCell>
        <UserObject label="Compare desired Machine spec with actual VM state" mermaidId="n:compare_desired_machine_spec_with_actual_vm_state" mermaidBaseStyle="html=1;whiteSpace=wrap;strokeWidth=1;fillColor=light-dark(#ECECFF,#1f2020);strokeColor=light-dark(#9370DB,#cccccc);fontColor=light-dark(#333333,#cccccc);fontFamily=Trebuchet MS,Verdana,Arial,sans-serif;fontSize=16;" mermaidBaseValue="Compare desired Machine spec with actual VM state" id="23">
          <mxCell parent="56" style="html=1;whiteSpace=wrap;strokeWidth=1;fillColor=light-dark(#ECECFF,#1f2020);strokeColor=light-dark(#9370DB,#cccccc);fontColor=light-dark(#333333,#cccccc);fontFamily=Trebuchet MS,Verdana,Arial,sans-serif;fontSize=16;snapToPoint=0;fixDash=0;backgroundOutline=1;" vertex="1">
            <mxGeometry height="54" width="434" x="3437.5" y="-34" as="geometry" />
          </mxCell>
        </UserObject>
-         <mxCell id="p-3naK_85DjVvBY4tQBO-94" edge="1" parent="56" source="24" style="edgeStyle=orthogonalEdgeStyle;rounded=0;orthogonalLoop=1;jettySize=auto;html=1;snapToPoint=0;fixDash=0;backgroundOutline=1;" target="26">
-           <mxGeometry relative="1" as="geometry" />
+         <mxCell id="p-3naK_85DjVvBY4tQBO-94" edge="1" parent="56" source="ynTgRFUCo-ga5DruUUtD-60" style="edgeStyle=orthogonalEdgeStyle;rounded=0;orthogonalLoop=1;jettySize=auto;html=1;snapToPoint=0;fixDash=0;backgroundOutline=1;exitX=1;exitY=0.5;exitDx=0;exitDy=0;" target="26">
+           <mxGeometry relative="1" as="geometry">
+             <mxPoint x="3738.5" y="129.00000000000045" as="sourcePoint" />
+           </mxGeometry>
        </mxCell>
        <mxCell id="p-3naK_85DjVvBY4tQBO-116" connectable="0" parent="p-3naK_85DjVvBY4tQBO-94" style="edgeLabel;html=1;align=center;verticalAlign=middle;resizable=0;points=[];snapToPoint=0;fixDash=0;backgroundOutline=1;" value="&lt;font style=&quot;font-size: 18px;&quot;&gt;No&lt;/font&gt;" vertex="1">
          <mxGeometry relative="1" x="-0.2485" y="2" as="geometry">
            <mxPoint as="offset" />
          </mxGeometry>
        </mxCell>
-         <mxCell id="p-3naK_85DjVvBY4tQBO-95" edge="1" parent="56" source="24" style="edgeStyle=orthogonalEdgeStyle;rounded=0;orthogonalLoop=1;jettySize=auto;html=1;snapToPoint=0;fixDash=0;backgroundOutline=1;" target="25">
-           <mxGeometry relative="1" as="geometry">
-             <Array as="points">
+         <mxCell id="p-3naK_85DjVvBY4tQBO-95" edge="1" parent="56" source="ynTgRFUCo-ga5DruUUtD-60" style="edgeStyle=orthogonalEdgeStyle;rounded=0;orthogonalLoop=1;jettySize=auto;html=1;snapToPoint=0;fixDash=0;backgroundOutline=1;exitX=0;exitY=0.5;exitDx=0;exitDy=0;" target="25">
+           <mxGeometry relative="1" as="geometry">
+             <Array as="points">
+               <mxPoint x="3590" y="126" />
              <mxPoint x="3460" y="126" />
            </Array>
+             <mxPoint x="3570.5" y="126.00000000000045" as="sourcePoint" />
          </mxGeometry>
        </mxCell>
        <mxCell id="p-3naK_85DjVvBY4tQBO-115" connectable="0" parent="p-3naK_85DjVvBY4tQBO-95" style="edgeLabel;html=1;align=center;verticalAlign=middle;resizable=0;points=[];snapToPoint=0;fixDash=0;backgroundOutline=1;" value="&lt;font style=&quot;font-size: 18px;&quot;&gt;Yes&lt;/font&gt;" vertex="1">
          <mxGeometry relative="1" x="-0.2426" y="3" as="geometry">
            <mxPoint x="1" as="offset" />
          </mxGeometry>
        </mxCell>
-         <UserObject label="Drift detected?" mermaidId="n:decision_drift_detected" mermaidBaseStyle="html=1;whiteSpace=wrap;strokeWidth=2;fillColor=#0a0;strokeColor=#0a0;fontColor=light-dark(#333333,#cccccc);fontFamily=Trebuchet MS,Verdana,Arial,sans-serif;fontSize=16;" mermaidBaseValue="Drift detected?" id="24">
-           <mxCell parent="56" style="html=1;whiteSpace=wrap;strokeWidth=2;fillColor=#0a0;strokeColor=#0a0;fontColor=light-dark(#333333,#cccccc);fontFamily=Trebuchet MS,Verdana,Arial,sans-serif;fontSize=16;snapToPoint=0;fixDash=0;backgroundOutline=1;perimeter=trianglePerimeter;" vertex="1">
-             <mxGeometry height="54" width="168" x="3570.5" y="102" as="geometry" />
-           </mxCell>
-         </UserObject>
        <mxCell id="p-3naK_85DjVvBY4tQBO-118" edge="1" parent="56" source="25" style="edgeStyle=orthogonalEdgeStyle;rounded=0;orthogonalLoop=1;jettySize=auto;html=1;startArrow=classic;startFill=1;dashed=1;snapToPoint=0;fixDash=0;backgroundOutline=1;">
          <mxGeometry relative="1" as="geometry">
            <Array as="points">
              <mxPoint x="3530" y="320" />
              <mxPoint x="4360" y="320" />
            </Array>
            <mxPoint x="4360" y="-200" as="targetPoint" />
          </mxGeometry>
        </mxCell>
        <UserObject label="Reconfigure / update VM in vCenter" mermaidId="n:reconfigure_update_vm" mermaidBaseStyle="html=1;whiteSpace=wrap;strokeWidth=1;fillColor=light-dark(#ECECFF,#1f2020);strokeColor=light-dark(#9370DB,#cccccc);fontColor=light-dark(#333333,#cccccc);fontFamily=Trebuchet MS,Verdana,Arial,sans-serif;fontSize=16;" mermaidBaseValue="Reconfigure / update VM in vCenter" id="25">
          <mxCell parent="56" style="html=1;whiteSpace=wrap;strokeWidth=1;fillColor=light-dark(#ECECFF,#1f2020);strokeColor=light-dark(#9370DB,#cccccc);fontColor=light-dark(#333333,#cccccc);fontFamily=Trebuchet MS,Verdana,Arial,sans-serif;fontSize=16;snapToPoint=0;fixDash=0;backgroundOutline=1;" vertex="1">
            <mxGeometry height="54" width="318" x="3300" y="236" as="geometry" />
          </mxCell>
        </UserObject>
        <UserObject label="No changes needed, VM already matches desired state" mermaidId="n:no_changes_needed_vm_already_matches_desired_state" mermaidBaseStyle="html=1;whiteSpace=wrap;strokeWidth=1;fillColor=light-dark(#ECECFF,#1f2020);strokeColor=light-dark(#9370DB,#cccccc);fontColor=light-dark(#333333,#cccccc);fontFamily=Trebuchet MS,Verdana,Arial,sans-serif;fontSize=16;" mermaidBaseValue="No changes needed, VM already matches desired state" id="26">
          <mxCell parent="56" style="html=1;whiteSpace=wrap;strokeWidth=1;fillColor=light-dark(#ECECFF,#1f2020);strokeColor=light-dark(#9370DB,#cccccc);fontColor=light-dark(#333333,#cccccc);fontFamily=Trebuchet MS,Verdana,Arial,sans-serif;fontSize=16;snapToPoint=0;fixDash=0;backgroundOutline=1;" vertex="1">
            <mxGeometry height="54" width="451" x="3740" y="236" as="geometry" />
          </mxCell>
        </UserObject>
        <mxCell id="p-3naK_85DjVvBY4tQBO-92" edge="1" parent="56" source="27" style="edgeStyle=orthogonalEdgeStyle;rounded=0;orthogonalLoop=1;jettySize=auto;html=1;entryX=1;entryY=0.25;entryDx=0;entryDy=0;startArrow=classic;startFill=1;strokeColor=default;dashed=1;snapToPoint=0;fixDash=0;backgroundOutline=1;" target="23">
          <mxGeometry relative="1" as="geometry">
            <Array as="points">
              <mxPoint x="3892" y="-220" />
              <mxPoint x="3892" y="-20" />
            </Array>
          </mxGeometry>
        </mxCell>
        <UserObject label="Set Ready=False / Error condition and requeue" mermaidId="n:error" mermaidBaseStyle="html=1;whiteSpace=wrap;strokeWidth=2;fillColor=#fdd;strokeColor=#a00;fontColor=light-dark(#333333,#cccccc);fontFamily=Trebuchet MS,Verdana,Arial,sans-serif;fontSize=16;" mermaidBaseValue="Set Ready=False / Error condition and requeue" id="27">
          <mxCell parent="56" style="html=1;whiteSpace=wrap;strokeWidth=2;fillColor=#fdd;strokeColor=#a00;fontColor=light-dark(#333333,#cccccc);fontFamily=Trebuchet MS,Verdana,Arial,sans-serif;fontSize=16;snapToPoint=0;fixDash=0;backgroundOutline=1;" vertex="1">
            <mxGeometry height="54" width="395" x="4110" y="-260" as="geometry" />
          </mxCell>
        </UserObject>
+         <mxCell id="ynTgRFUCo-ga5DruUUtD-61" edge="1" parent="56" source="p-3naK_85DjVvBY4tQBO-89" style="edgeStyle=orthogonalEdgeStyle;rounded=0;orthogonalLoop=1;jettySize=auto;html=1;entryX=0;entryY=0.5;entryDx=0;entryDy=0;" target="p-3naK_85DjVvBY4tQBO-100">
+           <mxGeometry relative="1" as="geometry">
+             <Array as="points">
+               <mxPoint x="3070" y="573" />
+             </Array>
+           </mxGeometry>
+         </mxCell>
        <UserObject label="Update Machine status / conditions" mermaidId="n:update_machine_status" mermaidBaseStyle="html=1;whiteSpace=wrap;strokeWidth=1;fillColor=light-dark(#ECECFF,#1f2020);strokeColor=light-dark(#9370DB,#cccccc);fontColor=light-dark(#333333,#cccccc);fontFamily=Trebuchet MS,Verdana,Arial,sans-serif;fontSize=16;" mermaidBaseValue="Update Machine status / conditions" id="p-3naK_85DjVvBY4tQBO-89">
          <mxCell parent="56" style="html=1;whiteSpace=wrap;strokeWidth=1;fillColor=light-dark(#ECECFF,#1f2020);strokeColor=light-dark(#9370DB,#cccccc);fontColor=light-dark(#333333,#cccccc);fontFamily=Trebuchet MS,Verdana,Arial,sans-serif;fontSize=16;snapToPoint=0;fixDash=0;backgroundOutline=1;" vertex="1">
-             <mxGeometry height="54" width="314" x="2909" y="102" as="geometry" />
+             <mxGeometry height="54" width="314" x="2909" y="226" as="geometry" />
          </mxCell>
        </UserObject>
        <mxCell id="p-3naK_85DjVvBY4tQBO-101" edge="1" parent="56" source="p-3naK_85DjVvBY4tQBO-96" style="edgeStyle=orthogonalEdgeStyle;rounded=0;orthogonalLoop=1;jettySize=auto;html=1;snapToPoint=0;fixDash=0;backgroundOutline=1;" target="p-3naK_85DjVvBY4tQBO-100">
          <mxGeometry relative="1" as="geometry" />
        </mxCell>
        <UserObject label="Update Machine status / conditions" mermaidId="n:update_machine_status" mermaidBaseStyle="html=1;whiteSpace=wrap;strokeWidth=1;fillColor=light-dark(#ECECFF,#1f2020);strokeColor=light-dark(#9370DB,#cccccc);fontColor=light-dark(#333333,#cccccc);fontFamily=Trebuchet MS,Verdana,Arial,sans-serif;fontSize=16;" mermaidBaseValue="Update Machine status / conditions" id="p-3naK_85DjVvBY4tQBO-96">
          <mxCell parent="56" style="html=1;whiteSpace=wrap;strokeWidth=1;fillColor=light-dark(#ECECFF,#1f2020);strokeColor=light-dark(#9370DB,#cccccc);fontColor=light-dark(#333333,#cccccc);fontFamily=Trebuchet MS,Verdana,Arial,sans-serif;fontSize=16;snapToPoint=0;fixDash=0;backgroundOutline=1;" vertex="1">
            <mxGeometry height="54" width="314" x="3300" y="350" as="geometry" />
          </mxCell>
        </UserObject>
        <mxCell id="p-3naK_85DjVvBY4tQBO-103" edge="1" parent="56" style="edgeStyle=orthogonalEdgeStyle;rounded=0;orthogonalLoop=1;jettySize=auto;html=1;entryX=1;entryY=0.75;entryDx=0;entryDy=0;snapToPoint=0;fixDash=0;backgroundOutline=1;">
          <mxGeometry relative="1" as="geometry">
            <Array as="points">
              <mxPoint x="3966.5" y="587" />
            </Array>
            <mxPoint x="3966.5" y="404" as="sourcePoint" />
            <mxPoint x="3738.5" y="586.5" as="targetPoint" />
          </mxGeometry>
        </mxCell>
        <UserObject label="Update Machine status / conditions" mermaidId="n:update_machine_status" mermaidBaseStyle="html=1;whiteSpace=wrap;strokeWidth=1;fillColor=light-dark(#ECECFF,#1f2020);strokeColor=light-dark(#9370DB,#cccccc);fontColor=light-dark(#333333,#cccccc);fontFamily=Trebuchet MS,Verdana,Arial,sans-serif;fontSize=16;" mermaidBaseValue="Update Machine status / conditions" id="p-3naK_85DjVvBY4tQBO-97">
          <mxCell parent="56" style="html=1;whiteSpace=wrap;strokeWidth=1;fillColor=light-dark(#ECECFF,#1f2020);strokeColor=light-dark(#9370DB,#cccccc);fontColor=light-dark(#333333,#cccccc);fontFamily=Trebuchet MS,Verdana,Arial,sans-serif;fontSize=16;snapToPoint=0;fixDash=0;backgroundOutline=1;" vertex="1">
            <mxGeometry height="54" width="314" x="3808.5" y="350" as="geometry" />
          </mxCell>
        </UserObject>
        <mxCell id="p-3naK_85DjVvBY4tQBO-98" edge="1" parent="56" source="26" style="edgeStyle=orthogonalEdgeStyle;rounded=0;orthogonalLoop=1;jettySize=auto;html=1;snapToPoint=0;fixDash=0;backgroundOutline=1;" target="p-3naK_85DjVvBY4tQBO-97">
          <mxGeometry relative="1" as="geometry" />
        </mxCell>
        <mxCell id="p-3naK_85DjVvBY4tQBO-99" edge="1" parent="56" source="25" style="edgeStyle=orthogonalEdgeStyle;rounded=0;orthogonalLoop=1;jettySize=auto;html=1;snapToPoint=0;fixDash=0;backgroundOutline=1;" target="p-3naK_85DjVvBY4tQBO-96">
          <mxGeometry relative="1" as="geometry" />
        </mxCell>
        <UserObject label="End: Finish reconcile" mermaidId="n:end_finish_reconcile" mermaidBaseStyle="html=1;whiteSpace=wrap;strokeWidth=1;fillColor=light-dark(#ECECFF,#1f2020);strokeColor=light-dark(#9370DB,#cccccc);fontColor=light-dark(#333333,#cccccc);fontFamily=Trebuchet MS,Verdana,Arial,sans-serif;fontSize=16;" mermaidBaseValue="End: Finish reconcile" id="p-3naK_85DjVvBY4tQBO-100">
          <mxCell parent="56" style="html=1;whiteSpace=wrap;strokeWidth=1;fillColor=light-dark(#ECECFF,#1f2020);strokeColor=light-dark(#9370DB,#cccccc);fontColor=light-dark(#333333,#cccccc);fontFamily=Trebuchet MS,Verdana,Arial,sans-serif;fontSize=16;snapToPoint=0;fixDash=0;backgroundOutline=1;" vertex="1">
            <mxGeometry height="54" width="209" x="3520" y="546" as="geometry" />
          </mxCell>
        </UserObject>
-         <mxCell id="ynTgRFUCo-ga5DruUUtD-56" parent="56" style="strokeWidth=2;html=1;shape=mxgraph.flowchart.decision;whiteSpace=wrap;" value="Machine resource found in Kubernetes?" vertex="1">
-           <mxGeometry height="170" width="190" x="2381.5" y="-938" as="geometry" />
+         <mxCell id="ynTgRFUCo-ga5DruUUtD-56" parent="56" style="strokeWidth=2;html=1;shape=mxgraph.flowchart.decision;whiteSpace=wrap;" value="&lt;font style=&quot;font-size: 14px;&quot;&gt;Machine resource found in Kubernetes?&lt;/font&gt;" vertex="1">
+           <mxGeometry height="170" width="190" x="2852" y="-750" as="geometry" />
+         </mxCell>
+         <mxCell id="ynTgRFUCo-ga5DruUUtD-57" parent="56" style="rhombus;whiteSpace=wrap;html=1;" value="&lt;font style=&quot;font-size: 18px;&quot;&gt;VM exists in vCenter?&lt;/font&gt;" vertex="1">
+           <mxGeometry height="145" width="145" x="3237.5" y="-150" as="geometry" />
+         </mxCell>
+         <mxCell id="ynTgRFUCo-ga5DruUUtD-58" parent="56" style="rhombus;whiteSpace=wrap;html=1;" value="&lt;font style=&quot;font-size: 18px;&quot;&gt;VM exists in vCenter?&lt;/font&gt;" vertex="1">
+           <mxGeometry height="145" width="145" x="2447.5" y="-160" as="geometry" />
+         </mxCell>
+         <mxCell id="ynTgRFUCo-ga5DruUUtD-60" parent="56" style="rhombus;whiteSpace=wrap;html=1;" value="&lt;font style=&quot;font-size: 18px;&quot;&gt;Drift detected&lt;/font&gt;" vertex="1">
+           <mxGeometry height="122" width="122" x="3593.5" y="70" as="geometry" />
+         </mxCell>
+         <mxCell id="ynTgRFUCo-ga5DruUUtD-59" parent="56" style="rhombus;whiteSpace=wrap;html=1;" value="" vertex="1">
+           <mxGeometry height="80" width="80" x="3260" y="-750" as="geometry" />
        </mxCell>
      </root>
    </mxGraphModel>
  </diagram>
</mxfile>
